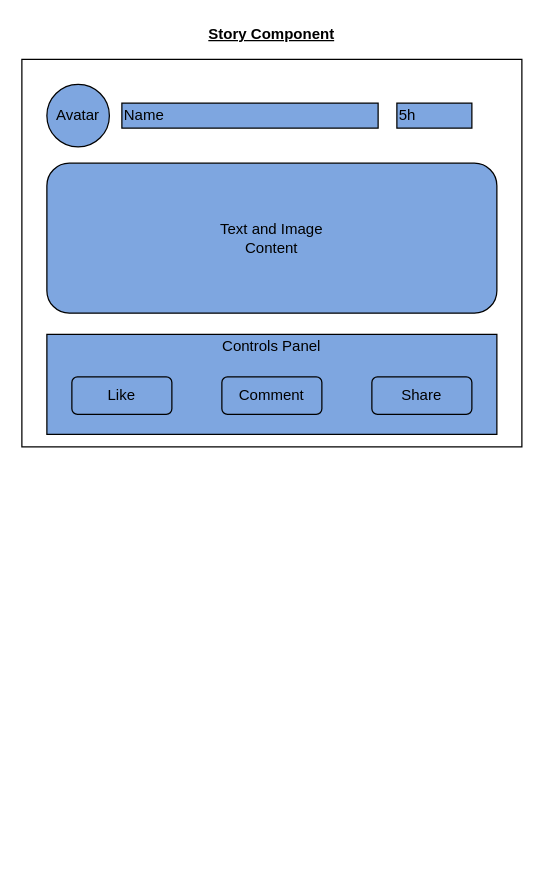
This is fb/Untitled Diagram.drawio from aribhatt91/Front-End-Design, a draw.io file, before an edit. Source tidied: cells renumbered, new cells numbered last; positions are measured from the earlier drawing's top-left corner, leaving out a move shared by most shapes. Both pictures are drawn from the tidied source at 125%, with x=0, y=0 at pixel (21, 21).
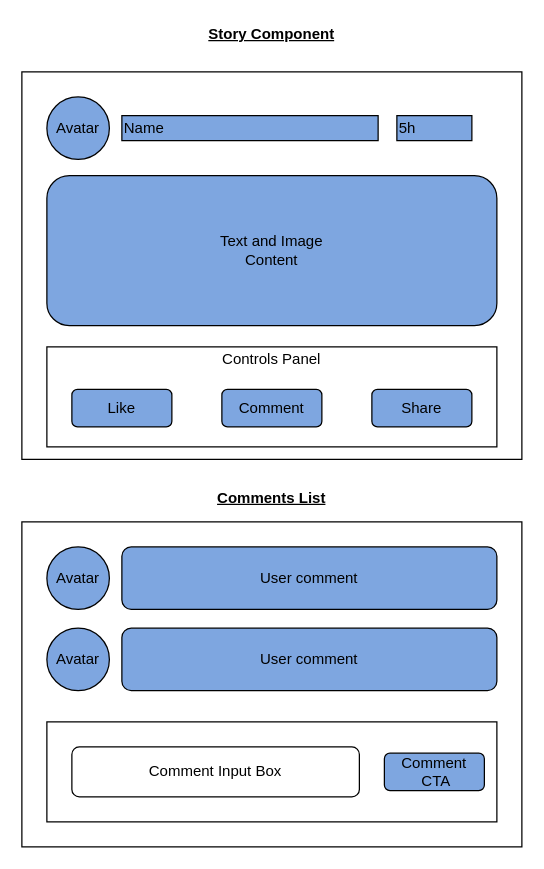
The same page after the edit.

Commit message:
Comments List component

The edit, as a diff of the source:
```diff
@@
+    <mxCell id="13" style="group;" parent="1" vertex="1">
+      <mxGeometry width="400" height="350" as="geometry" />
+    </mxCell>
-    <mxCell id="2" style="rounded=0;whiteSpace=wrap;html=1;" parent="1" vertex="1">
-      <mxGeometry y="30" width="400" height="310" as="geometry" />
+    <mxCell id="2" style="rounded=0;whiteSpace=wrap;html=1;" parent="13" vertex="1">
+      <mxGeometry y="40" width="400" height="310" as="geometry" />
     </mxCell>
-    <mxCell id="3" value="&lt;u&gt;&lt;b&gt;Story Component&lt;/b&gt;&lt;/u&gt;" style="text;html=1;strokeColor=none;fillColor=none;align=center;verticalAlign=middle;whiteSpace=wrap;rounded=0;" parent="1" vertex="1">
+    <mxCell id="3" value="&lt;u&gt;&lt;b&gt;Story Component&lt;/b&gt;&lt;/u&gt;" style="text;html=1;strokeColor=none;fillColor=none;align=center;verticalAlign=middle;whiteSpace=wrap;rounded=0;" parent="13" vertex="1">
       <mxGeometry x="130" width="140" height="20" as="geometry" />
     </mxCell>
-    <mxCell id="4" value="Avatar" style="ellipse;whiteSpace=wrap;html=1;fillColor=#7EA6E0;" parent="1" vertex="1">
-      <mxGeometry x="20" y="50" width="50" height="50" as="geometry" />
+    <mxCell id="4" value="Avatar" style="ellipse;whiteSpace=wrap;html=1;fillColor=#7EA6E0;" parent="13" vertex="1">
+      <mxGeometry x="20" y="60" width="50" height="50" as="geometry" />
     </mxCell>
-    <mxCell id="5" value="5h" style="rounded=0;whiteSpace=wrap;html=1;fillColor=#7EA6E0;align=left;" parent="1" vertex="1">
-      <mxGeometry x="300" y="65" width="60" height="20" as="geometry" />
+    <mxCell id="5" value="5h" style="rounded=0;whiteSpace=wrap;html=1;fillColor=#7EA6E0;align=left;" parent="13" vertex="1">
+      <mxGeometry x="300" y="75" width="60" height="20" as="geometry" />
     </mxCell>
-    <mxCell id="6" value="&lt;div align=&quot;left&quot;&gt;Name&lt;/div&gt;" style="rounded=0;whiteSpace=wrap;html=1;fillColor=#7EA6E0;align=left;" parent="1" vertex="1">
-      <mxGeometry x="80" y="65" width="205" height="20" as="geometry" />
+    <mxCell id="6" value="&lt;div align=&quot;left&quot;&gt;Name&lt;/div&gt;" style="rounded=0;whiteSpace=wrap;html=1;fillColor=#7EA6E0;align=left;" parent="13" vertex="1">
+      <mxGeometry x="80" y="75" width="205" height="20" as="geometry" />
     </mxCell>
-    <mxCell id="7" value="&lt;div&gt;Text and Image &lt;br&gt;&lt;/div&gt;&lt;div&gt;Content&lt;/div&gt;" style="rounded=1;whiteSpace=wrap;html=1;fillColor=#7EA6E0;" parent="1" vertex="1">
-      <mxGeometry x="20" y="113" width="360" height="120" as="geometry" />
+    <mxCell id="7" value="&lt;div&gt;Text and Image &lt;br&gt;&lt;/div&gt;&lt;div&gt;Content&lt;/div&gt;" style="rounded=1;whiteSpace=wrap;html=1;fillColor=#7EA6E0;" parent="13" vertex="1">
+      <mxGeometry x="20" y="123" width="360" height="120" as="geometry" />
     </mxCell>
-    <mxCell id="8" style="rounded=0;whiteSpace=wrap;html=1;fillColor=#7EA6E0;" parent="1" vertex="1">
-      <mxGeometry x="20" y="250" width="360" height="80" as="geometry" />
+    <mxCell id="8" style="rounded=0;whiteSpace=wrap;html=1;fillColor=#FFFFFF;" parent="13" vertex="1">
+      <mxGeometry x="20" y="260" width="360" height="80" as="geometry" />
     </mxCell>
-    <mxCell id="9" value="Like" style="rounded=1;whiteSpace=wrap;html=1;fillColor=#7EA6E0;" parent="1" vertex="1">
-      <mxGeometry x="40" y="284" width="80" height="30" as="geometry" />
+    <mxCell id="9" value="Like" style="rounded=1;whiteSpace=wrap;html=1;fillColor=#7EA6E0;" parent="13" vertex="1">
+      <mxGeometry x="40" y="294" width="80" height="30" as="geometry" />
     </mxCell>
-    <mxCell id="10" value="&lt;div&gt;Comment&lt;/div&gt;" style="rounded=1;whiteSpace=wrap;html=1;fillColor=#7EA6E0;" parent="1" vertex="1">
-      <mxGeometry x="160" y="284" width="80" height="30" as="geometry" />
+    <mxCell id="10" value="&lt;div&gt;Comment&lt;/div&gt;" style="rounded=1;whiteSpace=wrap;html=1;fillColor=#7EA6E0;" parent="13" vertex="1">
+      <mxGeometry x="160" y="294" width="80" height="30" as="geometry" />
     </mxCell>
-    <mxCell id="11" value="Share" style="rounded=1;whiteSpace=wrap;html=1;fillColor=#7EA6E0;" parent="1" vertex="1">
-      <mxGeometry x="280" y="284" width="80" height="30" as="geometry" />
+    <mxCell id="11" value="Share" style="rounded=1;whiteSpace=wrap;html=1;fillColor=#7EA6E0;" parent="13" vertex="1">
+      <mxGeometry x="280" y="294" width="80" height="30" as="geometry" />
     </mxCell>
-    <mxCell id="12" value="Controls Panel" style="text;html=1;strokeColor=none;fillColor=none;align=center;verticalAlign=middle;whiteSpace=wrap;rounded=0;" parent="1" vertex="1">
-      <mxGeometry x="150" y="250" width="100" height="20" as="geometry" />
+    <mxCell id="12" value="Controls Panel" style="text;html=1;strokeColor=none;fillColor=none;align=center;verticalAlign=middle;whiteSpace=wrap;rounded=0;" parent="13" vertex="1">
+      <mxGeometry x="150" y="260" width="100" height="20" as="geometry" />
     </mxCell>
+    <mxCell id="14" style="group;" parent="1" vertex="1">
+      <mxGeometry y="371" width="400" height="289" as="geometry" />
+    </mxCell>
+    <mxCell id="15" style="rounded=0;whiteSpace=wrap;html=1;" parent="14" vertex="1">
+      <mxGeometry y="29" width="400" height="260" as="geometry" />
+    </mxCell>
+    <mxCell id="16" value="&lt;u&gt;&lt;b&gt;Comments List&lt;/b&gt;&lt;/u&gt;" style="text;html=1;strokeColor=none;fillColor=none;align=center;verticalAlign=middle;whiteSpace=wrap;rounded=0;" parent="14" vertex="1">
+      <mxGeometry x="130" width="140" height="20" as="geometry" />
+    </mxCell>
+    <mxCell id="17" style="rounded=0;whiteSpace=wrap;html=1;fillColor=#FFFFFF;" parent="14" vertex="1">
+      <mxGeometry x="20" y="189" width="360" height="80" as="geometry" />
+    </mxCell>
+    <mxCell id="18" value="&lt;div&gt;Comment&lt;/div&gt;&amp;nbsp;CTA" style="rounded=1;whiteSpace=wrap;html=1;fillColor=#7EA6E0;" parent="14" vertex="1">
+      <mxGeometry x="290" y="214" width="80" height="30" as="geometry" />
+    </mxCell>
+    <mxCell id="19" style="group;" parent="14" vertex="1">
+      <mxGeometry x="20" y="49" width="360" height="50" as="geometry" />
+    </mxCell>
+    <mxCell id="20" value="Avatar" style="ellipse;whiteSpace=wrap;html=1;fillColor=#7EA6E0;" parent="19" vertex="1">
+      <mxGeometry width="50" height="50" as="geometry" />
+    </mxCell>
+    <mxCell id="21" value="&lt;div&gt;&lt;br&gt;&lt;/div&gt;&lt;div&gt;User comment&lt;/div&gt;&lt;div&gt;&lt;br&gt;&lt;/div&gt;" style="rounded=1;whiteSpace=wrap;html=1;fillColor=#7EA6E0;" parent="19" vertex="1">
+      <mxGeometry x="60" width="300" height="50" as="geometry" />
+    </mxCell>
+    <mxCell id="22" style="group;" parent="14" vertex="1">
+      <mxGeometry x="20" y="114" width="360" height="50" as="geometry" />
+    </mxCell>
+    <mxCell id="23" value="Avatar" style="ellipse;whiteSpace=wrap;html=1;fillColor=#7EA6E0;" parent="22" vertex="1">
+      <mxGeometry width="50" height="50" as="geometry" />
+    </mxCell>
+    <mxCell id="24" value="&lt;div&gt;&lt;br&gt;&lt;/div&gt;&lt;div&gt;User comment&lt;/div&gt;&lt;div&gt;&lt;br&gt;&lt;/div&gt;" style="rounded=1;whiteSpace=wrap;html=1;fillColor=#7EA6E0;" parent="22" vertex="1">
+      <mxGeometry x="60" width="300" height="50" as="geometry" />
+    </mxCell>
+    <mxCell id="25" value="Comment Input Box" style="rounded=1;whiteSpace=wrap;html=1;fillColor=#FFFFFF;" parent="14" vertex="1">
+      <mxGeometry x="40" y="209" width="230" height="40" as="geometry" />
+    </mxCell>
```
